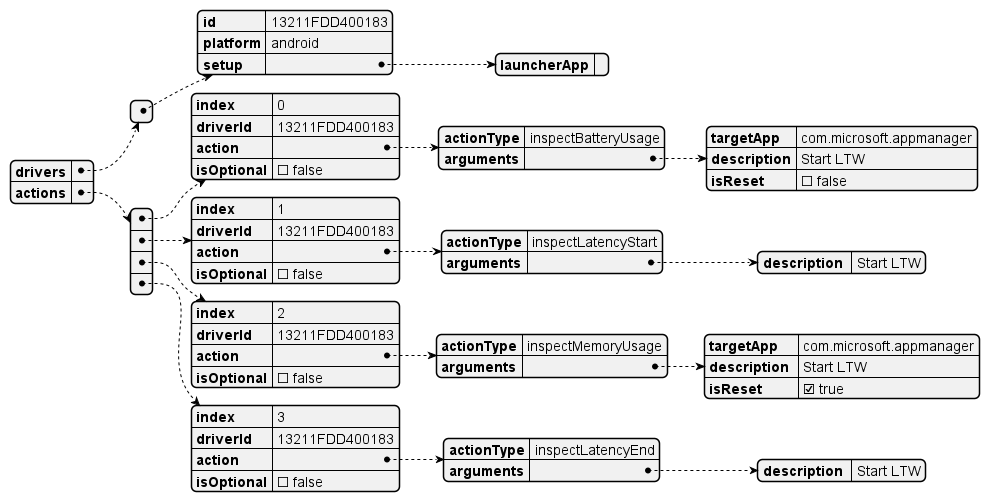
Earlier version of the PlantUML export docs/images/UML/taps_to_cases_json_with_performance_test_actions.png (microsoft/HydraLab).
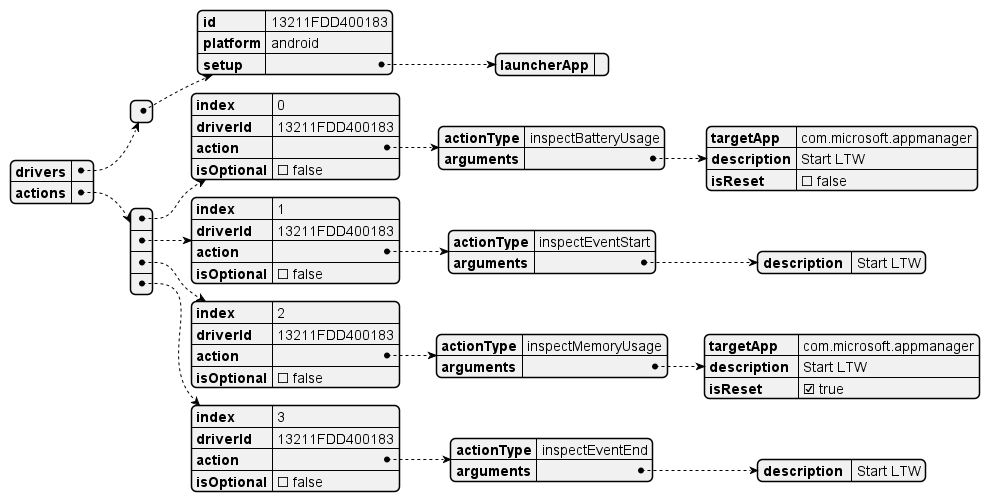
The same diagram one commit later.

The edit, as a diff of the source:
```diff
@@ -30,7 +30,7 @@
       "index": 1,
       "driverId": "13211FDD400183",
       "action": {
-        "actionType": "inspectLatencyStart",
+        "actionType": "inspectEventStart",
         "arguments": {
           "description ": "Start LTW"
         }
@@ -54,7 +54,7 @@
       "index": 3,
       "driverId": "13211FDD400183",
       "action": {
-        "actionType": "inspectLatencyEnd",
+        "actionType": "inspectEventEnd",
         "arguments": {
           "description ": "Start LTW"
         }
```
